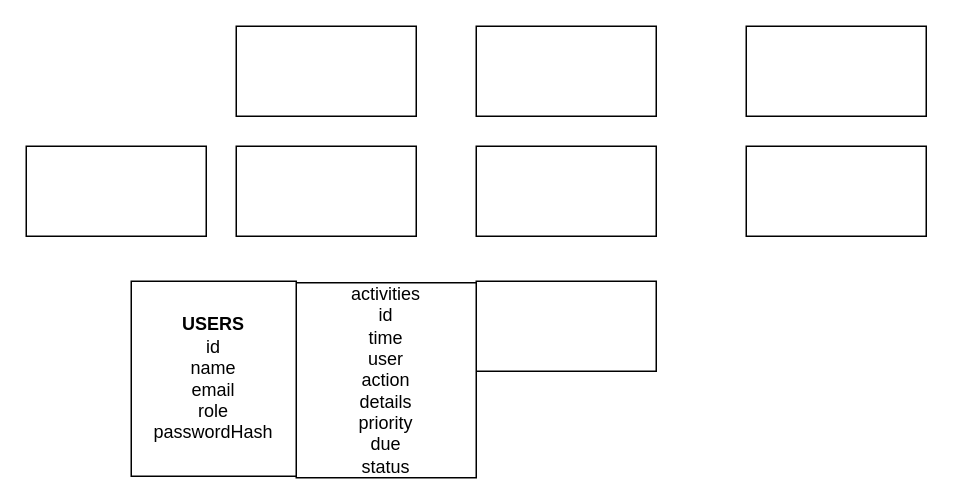
Before: design/design.drawio in Justkim030/Moducare, a draw.io diagram. Source tidied: cells renumbered, new cells numbered last; positions are measured from the earlier drawing's top-left corner, leaving out a move shared by most shapes. Both pictures are drawn from the tidied source at 150%, with x=0, y=0 at pixel (26, 26).
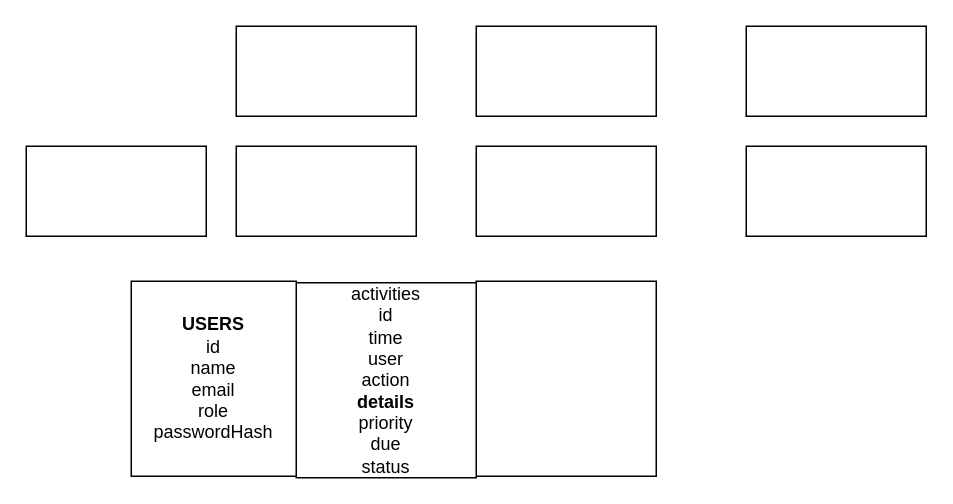
After the change.

Change to the diagram source:
```diff
@@
 <mxGraphModel>
   <root>
     <mxCell id="0" />
     <mxCell id="1" parent="0" />
     <mxCell id="2" style="rounded=0;whiteSpace=wrap;html=1;" parent="1" vertex="1">
       <mxGeometry x="480" y="80" width="120" height="60" as="geometry" />
     </mxCell>
     <mxCell id="3" style="rounded=0;whiteSpace=wrap;html=1;" parent="1" vertex="1">
       <mxGeometry x="480" width="120" height="60" as="geometry" />
     </mxCell>
     <mxCell id="4" style="rounded=0;whiteSpace=wrap;html=1;fontStyle=1;" parent="1" vertex="1">
-      <mxGeometry x="300" y="170" width="120" height="60" as="geometry" />
+      <mxGeometry x="300" y="170" width="120" height="130" as="geometry" />
     </mxCell>
     <mxCell id="5" style="rounded=0;whiteSpace=wrap;html=1;" parent="1" vertex="1">
       <mxGeometry x="300" y="80" width="120" height="60" as="geometry" />
     </mxCell>
     <mxCell id="6" style="rounded=0;whiteSpace=wrap;html=1;" parent="1" vertex="1">
       <mxGeometry x="300" width="120" height="60" as="geometry" />
     </mxCell>
     <mxCell id="7" style="rounded=0;whiteSpace=wrap;html=1;" parent="1" vertex="1">
       <mxGeometry x="140" width="120" height="60" as="geometry" />
     </mxCell>
     <mxCell id="8" style="rounded=0;whiteSpace=wrap;html=1;" parent="1" vertex="1">
       <mxGeometry y="80" width="120" height="60" as="geometry" />
     </mxCell>
     <mxCell id="9" style="rounded=0;whiteSpace=wrap;html=1;" parent="1" vertex="1">
       <mxGeometry x="140" y="80" width="120" height="60" as="geometry" />
     </mxCell>
-    <mxCell id="10" value="activities&lt;div&gt;id&lt;/div&gt;&lt;div&gt;time&lt;/div&gt;&lt;div&gt;user&lt;/div&gt;&lt;div&gt;action&lt;/div&gt;&lt;div&gt;details&lt;/div&gt;&lt;div&gt;priority&lt;/div&gt;&lt;div&gt;due&lt;/div&gt;&lt;div&gt;status&lt;/div&gt;" style="rounded=0;whiteSpace=wrap;html=1;" parent="1" vertex="1">
+    <mxCell id="10" value="activities&lt;div&gt;id&lt;/div&gt;&lt;div&gt;time&lt;/div&gt;&lt;div&gt;user&lt;/div&gt;&lt;div&gt;action&lt;/div&gt;&lt;div&gt;&lt;b&gt;details&lt;/b&gt;&lt;/div&gt;&lt;div&gt;priority&lt;/div&gt;&lt;div&gt;due&lt;/div&gt;&lt;div&gt;status&lt;/div&gt;" style="rounded=0;whiteSpace=wrap;html=1;" parent="1" vertex="1">
       <mxGeometry x="180" y="171" width="120" height="130" as="geometry" />
     </mxCell>
     <mxCell id="11" value="&lt;b&gt;USERS&lt;/b&gt;&lt;div&gt;id&lt;/div&gt;&lt;div&gt;name&lt;/div&gt;&lt;div&gt;email&lt;/div&gt;&lt;div&gt;role&lt;/div&gt;&lt;div&gt;passwordHash&lt;/div&gt;" style="rounded=0;whiteSpace=wrap;html=1;" parent="1" vertex="1">
       <mxGeometry x="70" y="170" width="110" height="130" as="geometry" />
     </mxCell>
   </root>
 </mxGraphModel>
```
